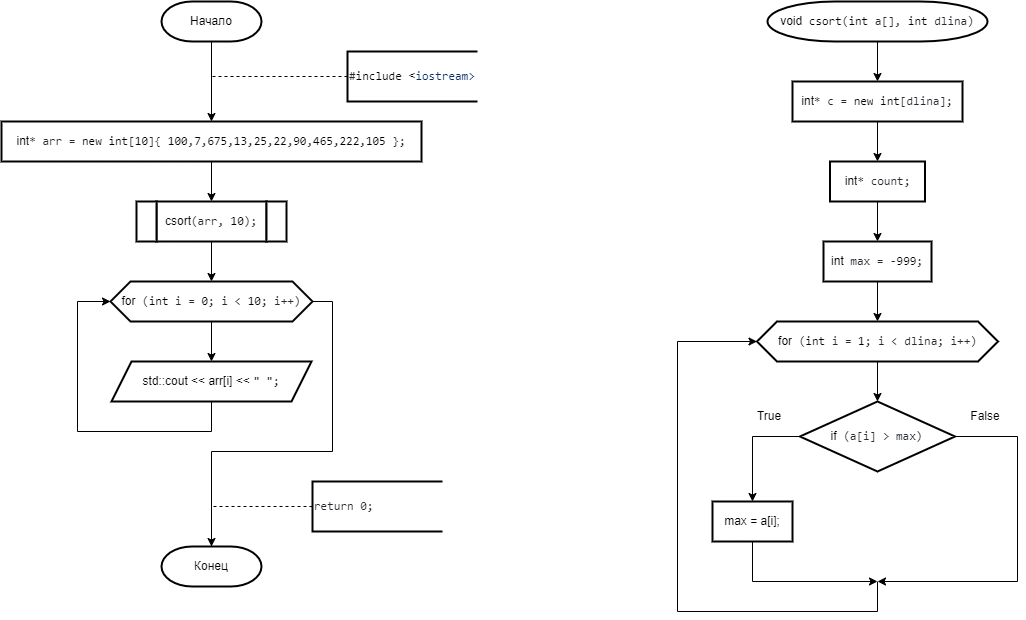
Before: 2 Семестр/Labs/№9 Сложные сортировки быстрая (Хоара), слиянием, подсчетом, блочная, Шелла/Подсчетом.png, a diagram exported from draw.io (IlyaFedoseev227/LABS-PNRPU-IVT-22-1b). Source tidied: cells renumbered, new cells last; positions are measured from the earlier drawing's top-left corner, leaving out a move shared by most shapes.
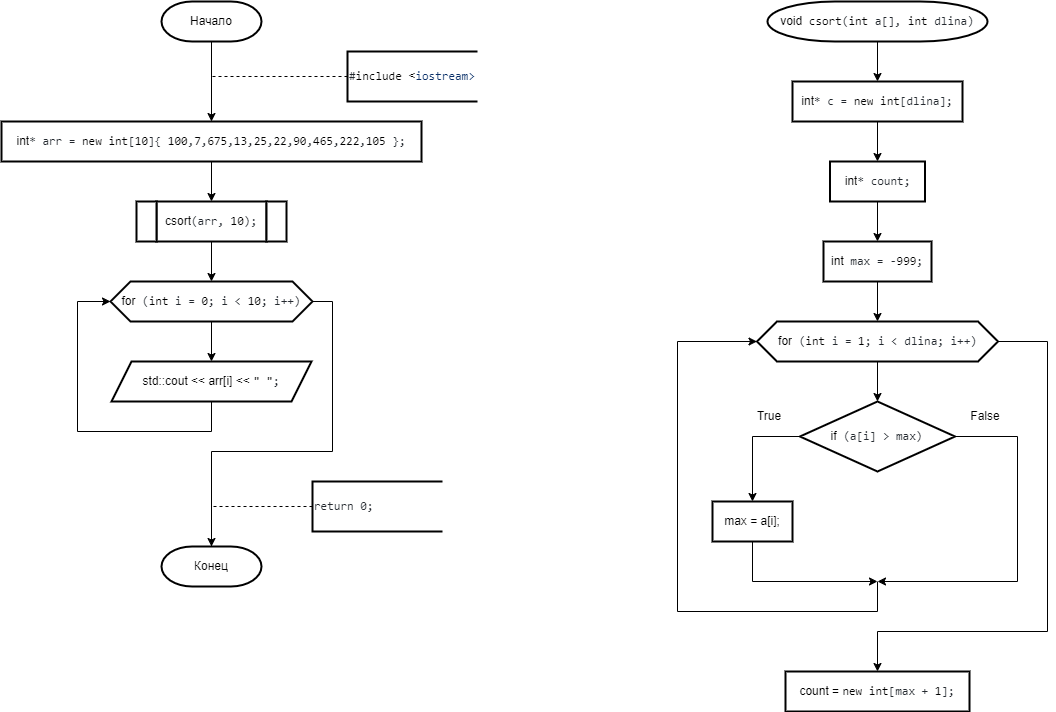
The same file after the commit.

What changed in the source:
```diff
@@ -103,6 +103,15 @@
     <mxCell id="28" style="edgeStyle=orthogonalEdgeStyle;rounded=0;jettySize=auto;html=1;exitX=0.5;exitY=1;exitDx=0;exitDy=0;entryX=0.5;entryY=0;entryDx=0;entryDy=0;" parent="1" edge="1" source="29" target="33">
       <mxGeometry relative="1" as="geometry" />
     </mxCell>
+    <mxCell id="38" style="edgeStyle=orthogonalEdgeStyle;rounded=0;jettySize=auto;html=1;exitX=1;exitY=0.5;exitDx=0;exitDy=0;entryX=0.5;entryY=0;entryDx=0;entryDy=0;" parent="1" edge="1" source="29" target="39">
+      <mxGeometry relative="1" as="geometry">
+        <Array as="points">
+          <mxPoint x="1046" y="340" />
+          <mxPoint x="1046" y="630" />
+          <mxPoint x="876" y="630" />
+        </Array>
+      </mxGeometry>
+    </mxCell>
     <mxCell id="29" value="&lt;div style=&quot;text-align: start;&quot;&gt;for&lt;span style=&quot;color: rgb(36, 41, 47); font-family: ui-monospace, SFMono-Regular, &amp;quot;SF Mono&amp;quot;, Menlo, Consolas, &amp;quot;Liberation Mono&amp;quot;, monospace; background-color: rgb(255, 255, 255);&quot;&gt; (&lt;/span&gt;&lt;span style=&quot;box-sizing: border-box; color: var(--color-prettylights-syntax-keyword); font-family: ui-monospace, SFMono-Regular, &amp;quot;SF Mono&amp;quot;, Menlo, Consolas, &amp;quot;Liberation Mono&amp;quot;, monospace; background-color: rgb(255, 255, 255);&quot; class=&quot;pl-k&quot;&gt;int&lt;/span&gt;&lt;span style=&quot;color: rgb(36, 41, 47); font-family: ui-monospace, SFMono-Regular, &amp;quot;SF Mono&amp;quot;, Menlo, Consolas, &amp;quot;Liberation Mono&amp;quot;, monospace; background-color: rgb(255, 255, 255);&quot;&gt; i = &lt;/span&gt;&lt;span style=&quot;box-sizing: border-box; color: var(--color-prettylights-syntax-constant); font-family: ui-monospace, SFMono-Regular, &amp;quot;SF Mono&amp;quot;, Menlo, Consolas, &amp;quot;Liberation Mono&amp;quot;, monospace; background-color: rgb(255, 255, 255);&quot; class=&quot;pl-c1&quot;&gt;1&lt;/span&gt;&lt;span style=&quot;color: rgb(36, 41, 47); font-family: ui-monospace, SFMono-Regular, &amp;quot;SF Mono&amp;quot;, Menlo, Consolas, &amp;quot;Liberation Mono&amp;quot;, monospace; background-color: rgb(255, 255, 255);&quot;&gt;; i &amp;lt; dlina; i++)&lt;/span&gt;&lt;br&gt;&lt;/div&gt;" style="shape=hexagon;perimeter=hexagonPerimeter2;whiteSpace=wrap;html=1;fixedSize=1;strokeWidth=2;" parent="1" vertex="1">
       <mxGeometry x="755.5" y="320" width="241" height="40" as="geometry" />
     </mxCell>
@@ -148,5 +157,8 @@
     <mxCell id="37" value="&lt;div style=&quot;text-align: start;&quot;&gt;max = a[i];&lt;br&gt;&lt;/div&gt;" style="shape=parallelogram;perimeter=parallelogramPerimeter;whiteSpace=wrap;html=1;fixedSize=1;strokeWidth=2;size=-6;" parent="1" vertex="1">
       <mxGeometry x="711" y="500" width="80" height="40" as="geometry" />
     </mxCell>
+    <mxCell id="39" value="&lt;div style=&quot;text-align: start;&quot;&gt;count = &lt;span style=&quot;box-sizing: border-box; color: var(--color-prettylights-syntax-keyword); font-family: ui-monospace, SFMono-Regular, &amp;quot;SF Mono&amp;quot;, Menlo, Consolas, &amp;quot;Liberation Mono&amp;quot;, monospace; background-color: rgb(255, 255, 255);&quot; class=&quot;pl-k&quot;&gt;new&lt;/span&gt;&lt;span style=&quot;color: rgb(36, 41, 47); font-family: ui-monospace, SFMono-Regular, &amp;quot;SF Mono&amp;quot;, Menlo, Consolas, &amp;quot;Liberation Mono&amp;quot;, monospace; background-color: rgb(255, 255, 255);&quot;&gt; &lt;/span&gt;&lt;span style=&quot;box-sizing: border-box; color: var(--color-prettylights-syntax-keyword); font-family: ui-monospace, SFMono-Regular, &amp;quot;SF Mono&amp;quot;, Menlo, Consolas, &amp;quot;Liberation Mono&amp;quot;, monospace; background-color: rgb(255, 255, 255);&quot; class=&quot;pl-k&quot;&gt;int&lt;/span&gt;&lt;span style=&quot;color: rgb(36, 41, 47); font-family: ui-monospace, SFMono-Regular, &amp;quot;SF Mono&amp;quot;, Menlo, Consolas, &amp;quot;Liberation Mono&amp;quot;, monospace; background-color: rgb(255, 255, 255);&quot;&gt;[max + &lt;/span&gt;&lt;span style=&quot;box-sizing: border-box; color: var(--color-prettylights-syntax-constant); font-family: ui-monospace, SFMono-Regular, &amp;quot;SF Mono&amp;quot;, Menlo, Consolas, &amp;quot;Liberation Mono&amp;quot;, monospace; background-color: rgb(255, 255, 255);&quot; class=&quot;pl-c1&quot;&gt;1&lt;/span&gt;&lt;span style=&quot;color: rgb(36, 41, 47); font-family: ui-monospace, SFMono-Regular, &amp;quot;SF Mono&amp;quot;, Menlo, Consolas, &amp;quot;Liberation Mono&amp;quot;, monospace; background-color: rgb(255, 255, 255);&quot;&gt;];&lt;/span&gt;&lt;br&gt;&lt;/div&gt;" style="shape=parallelogram;perimeter=parallelogramPerimeter;whiteSpace=wrap;html=1;fixedSize=1;strokeWidth=2;size=-6;" parent="1" vertex="1">
+      <mxGeometry x="784" y="670" width="184" height="40" as="geometry" />
+    </mxCell>
   </root>
 </mxGraphModel>
```
